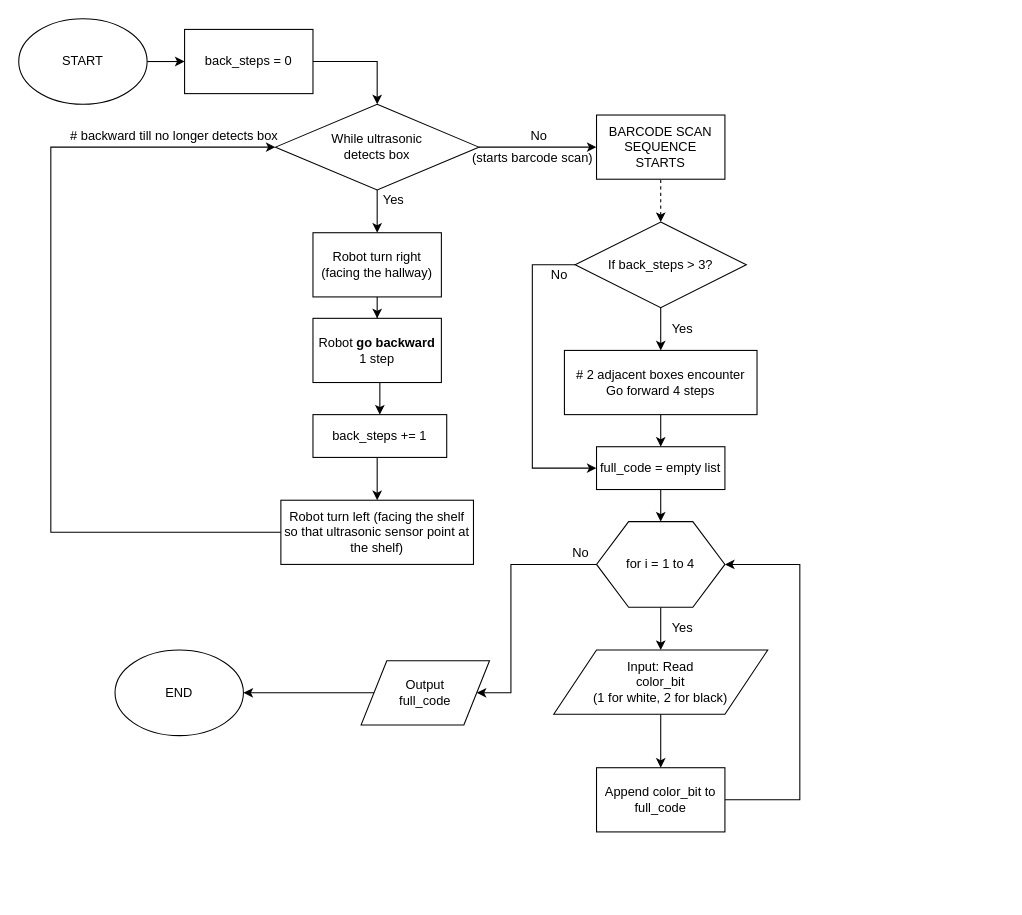
Earlier version of the draw.io diagram DrawIO files/back-track-scan-v2.drawio (bhuynhdev/ENED-1120-Robotics-Proj5). Source tidied: cells renumbered, new cells numbered last; positions are measured from the earlier drawing's top-left corner, leaving out a move shared by most shapes. Both pictures are drawn from the tidied source at 107%, with x=0, y=0 at pixel (18, 18).
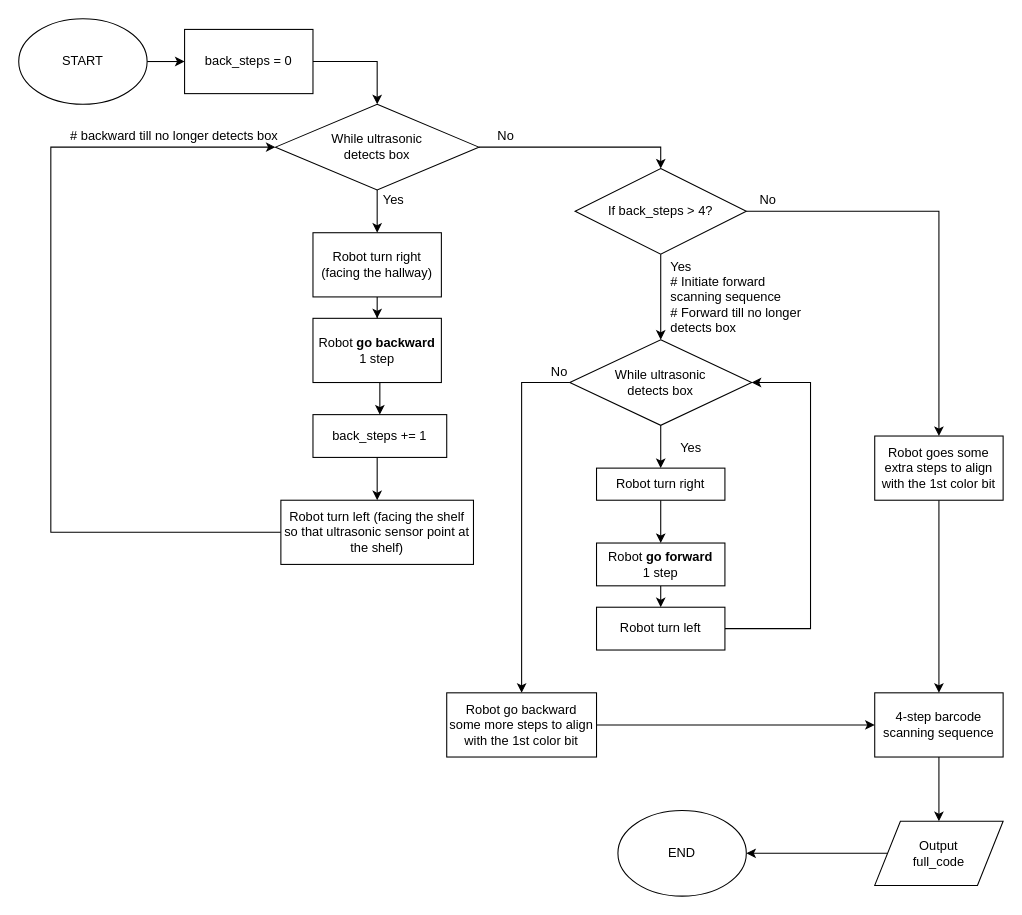
Above is the later version.

Commit message (it also covers changes not shown here):
Redraw backtrack scan v2 to better reflect code

The change refers to these unchanged cells:
```xml
<mxCell id="6" value="While ultrasonic&lt;br&gt;detects box" style="rhombus;whiteSpace=wrap;html=1;" parent="1" vertex="1">
  <mxGeometry x="240" y="80" width="190" height="80" as="geometry" />
</mxCell>
```

What changed in the source:
```diff
@@
-    <mxCell id="5" style="edgeStyle=orthogonalEdgeStyle;rounded=0;jettySize=auto;html=1;entryX=0;entryY=0.5;entryDx=0;entryDy=0;" parent="1" edge="1" source="6" target="15">
+    <mxCell id="5" style="edgeStyle=orthogonalEdgeStyle;rounded=0;jettySize=auto;html=1;entryX=0.5;entryY=0;entryDx=0;entryDy=0;" parent="1" edge="1" source="6" target="39">
       <mxGeometry relative="1" as="geometry" />
     </mxCell>
@@
-    <mxCell id="15" value="BARCODE SCAN&lt;br&gt;SEQUENCE&lt;br&gt;STARTS" style="rounded=0;whiteSpace=wrap;html=1;" parent="1" vertex="1">
-      <mxGeometry x="540" y="90" width="120" height="60" as="geometry" />
-    </mxCell>
     <mxCell id="16" value="No" style="text;html=1;align=center;verticalAlign=middle;" parent="1" vertex="1">
-      <mxGeometry x="471" y="100" width="30" height="20" as="geometry" />
+      <mxGeometry x="440" y="100" width="30" height="20" as="geometry" />
     </mxCell>
-    <mxCell id="17" value="(starts barcode scan)" style="text;html=1;align=center;verticalAlign=middle;" parent="1" vertex="1">
-      <mxGeometry x="415" y="120" width="130" height="20" as="geometry" />
-    </mxCell>
-    <mxCell id="18" style="endArrow=none;dashed=1;html=1;entryX=0.5;entryY=1;entryDx=0;entryDy=0;startArrow=classic;startFill=1;exitX=0.5;exitY=0;exitDx=0;exitDy=0;" parent="1" edge="1" source="39" target="15">
-      <mxGeometry relative="1" as="geometry" />
-    </mxCell>
-    <mxCell id="19" style="edgeStyle=orthogonalEdgeStyle;rounded=0;jettySize=auto;html=1;startArrow=none;startFill=0;entryX=0.5;entryY=0;entryDx=0;entryDy=0;" parent="1" edge="1" source="21" target="25">
-      <mxGeometry relative="1" as="geometry" />
-    </mxCell>
-    <mxCell id="20" style="edgeStyle=orthogonalEdgeStyle;rounded=0;jettySize=auto;html=1;exitX=0;exitY=0.5;exitDx=0;exitDy=0;startArrow=none;startFill=0;entryX=1;entryY=0.5;entryDx=0;entryDy=0;" parent="1" edge="1" source="21" target="30">
-      <mxGeometry relative="1" as="geometry">
-        <Array as="points">
-          <mxPoint x="460" y="510" />
-          <mxPoint x="460" y="630" />
-        </Array>
-      </mxGeometry>
-    </mxCell>
-    <mxCell id="21" value="for i = 1 to 4" style="shape=hexagon;perimeter=hexagonPerimeter2;whiteSpace=wrap;html=1;" parent="1" vertex="1">
-      <mxGeometry x="540" y="470" width="120" height="80" as="geometry" />
-    </mxCell>
-    <mxCell id="22" style="edgeStyle=orthogonalEdgeStyle;rounded=0;jettySize=auto;html=1;exitX=0.5;exitY=1;exitDx=0;exitDy=0;entryX=0.5;entryY=0;entryDx=0;entryDy=0;startArrow=none;startFill=0;" parent="1" edge="1" source="23" target="21">
-      <mxGeometry relative="1" as="geometry" />
-    </mxCell>
-    <mxCell id="23" value="full_code = empty list" style="rounded=0;whiteSpace=wrap;html=1;" parent="1" vertex="1">
-      <mxGeometry x="540" y="400" width="120" height="40" as="geometry" />
-    </mxCell>
-    <mxCell id="24" style="edgeStyle=orthogonalEdgeStyle;rounded=0;jettySize=auto;html=1;startArrow=none;startFill=0;entryX=0.5;entryY=0;entryDx=0;entryDy=0;" parent="1" edge="1" source="25" target="27">
-      <mxGeometry relative="1" as="geometry" />
-    </mxCell>
-    <mxCell id="25" value="Input: Read&lt;br&gt;color_bit&lt;br&gt;(1 for white, 2 for black)" style="shape=parallelogram;perimeter=parallelogramPerimeter;whiteSpace=wrap;html=1;" parent="1" vertex="1">
-      <mxGeometry x="500" y="590" width="200" height="60" as="geometry" />
-    </mxCell>
-    <mxCell id="26" style="edgeStyle=orthogonalEdgeStyle;rounded=0;jettySize=auto;html=1;exitX=1;exitY=0.5;exitDx=0;exitDy=0;startArrow=none;startFill=0;entryX=1;entryY=0.5;entryDx=0;entryDy=0;" parent="1" edge="1" source="27" target="21">
-      <mxGeometry relative="1" as="geometry">
-        <Array as="points">
-          <mxPoint x="730" y="730" />
-          <mxPoint x="730" y="510" />
-        </Array>
-      </mxGeometry>
-    </mxCell>
-    <mxCell id="27" value="Append color_bit to&lt;br&gt;full_code" style="rounded=0;whiteSpace=wrap;html=1;" parent="1" vertex="1">
-      <mxGeometry x="540" y="700" width="120" height="60" as="geometry" />
-    </mxCell>
-    <mxCell id="28" value="Yes" style="text;html=1;align=center;verticalAlign=middle;" parent="1" vertex="1">
-      <mxGeometry x="600" y="560" width="40" height="20" as="geometry" />
-    </mxCell>
@@
     <mxCell id="30" value="Output&lt;br&gt;full_code" style="shape=parallelogram;perimeter=parallelogramPerimeter;whiteSpace=wrap;html=1;" parent="1" vertex="1">
-      <mxGeometry x="320" y="600" width="120" height="60" as="geometry" />
+      <mxGeometry x="800" y="750" width="120" height="60" as="geometry" />
     </mxCell>
-    <mxCell id="31" value="No" style="text;html=1;align=center;verticalAlign=middle;" parent="1" vertex="1">
-      <mxGeometry x="510" y="490" width="30" height="20" as="geometry" />
-    </mxCell>
     <mxCell id="32" value="END" style="ellipse;whiteSpace=wrap;html=1;" parent="1" vertex="1">
-      <mxGeometry x="90" y="590" width="120" height="80" as="geometry" />
+      <mxGeometry x="560" y="740" width="120" height="80" as="geometry" />
     </mxCell>
@@
-    <mxCell id="37" style="edgeStyle=orthogonalEdgeStyle;rounded=0;jettySize=auto;html=1;exitX=0.5;exitY=1;exitDx=0;exitDy=0;entryX=0.5;entryY=0;entryDx=0;entryDy=0;" parent="1" edge="1" source="39" target="41">
+    <mxCell id="37" style="edgeStyle=orthogonalEdgeStyle;rounded=0;jettySize=auto;html=1;exitX=0.5;exitY=1;exitDx=0;exitDy=0;entryX=0.5;entryY=0;entryDx=0;entryDy=0;" parent="1" edge="1" source="39" target="49">
       <mxGeometry relative="1" as="geometry" />
     </mxCell>
-    <mxCell id="38" style="edgeStyle=orthogonalEdgeStyle;rounded=0;jettySize=auto;html=1;exitX=0;exitY=0.5;exitDx=0;exitDy=0;entryX=0;entryY=0.5;entryDx=0;entryDy=0;" parent="1" edge="1" source="39" target="23">
-      <mxGeometry relative="1" as="geometry">
-        <Array as="points">
-          <mxPoint x="480" y="230" />
-          <mxPoint x="480" y="420" />
-        </Array>
-      </mxGeometry>
-    </mxCell>
+    <mxCell id="44" style="edgeStyle=orthogonalEdgeStyle;rounded=0;jettySize=auto;html=1;exitX=1;exitY=0.5;exitDx=0;exitDy=0;entryX=0.5;entryY=0;entryDx=0;entryDy=0;" parent="1" edge="1" source="39" target="61">
+      <mxGeometry relative="1" as="geometry" />
+    </mxCell>
-    <mxCell id="39" value="If back_steps &amp;gt; 3?" style="rhombus;whiteSpace=wrap;html=1;" parent="1" vertex="1">
-      <mxGeometry x="520" y="190" width="160" height="80" as="geometry" />
+    <mxCell id="39" value="If back_steps &amp;gt; 4?" style="rhombus;whiteSpace=wrap;html=1;" parent="1" vertex="1">
+      <mxGeometry x="520" y="140" width="160" height="80" as="geometry" />
     </mxCell>
-    <mxCell id="40" style="edgeStyle=orthogonalEdgeStyle;rounded=0;jettySize=auto;html=1;exitX=0.5;exitY=1;exitDx=0;exitDy=0;entryX=0.5;entryY=0;entryDx=0;entryDy=0;" parent="1" edge="1" source="41" target="23">
-      <mxGeometry relative="1" as="geometry" />
-    </mxCell>
-    <mxCell id="41" value="# 2 adjacent boxes encounter&lt;br&gt;Go forward 4 steps" style="rounded=0;whiteSpace=wrap;html=1;" parent="1" vertex="1">
-      <mxGeometry x="510" y="310" width="180" height="60" as="geometry" />
-    </mxCell>
-    <mxCell id="42" value="Yes" style="text;html=1;align=center;verticalAlign=middle;" parent="1" vertex="1">
-      <mxGeometry x="600" y="280" width="40" height="20" as="geometry" />
-    </mxCell>
     <mxCell id="43" value="No" style="text;html=1;align=center;verticalAlign=middle;" parent="1" vertex="1">
-      <mxGeometry x="490" y="230" width="30" height="20" as="geometry" />
+      <mxGeometry x="685" y="160" width="30" height="20" as="geometry" />
     </mxCell>
+    <mxCell id="45" style="edgeStyle=orthogonalEdgeStyle;rounded=0;jettySize=auto;html=1;exitX=0.5;exitY=1;exitDx=0;exitDy=0;entryX=0.5;entryY=0;entryDx=0;entryDy=0;" parent="1" edge="1" source="46" target="30">
+      <mxGeometry relative="1" as="geometry" />
+    </mxCell>
+    <mxCell id="46" value="4-step barcode scanning sequence" style="rounded=0;whiteSpace=wrap;html=1;" parent="1" vertex="1">
+      <mxGeometry x="800" y="630" width="120" height="60" as="geometry" />
+    </mxCell>
+    <mxCell id="47" style="edgeStyle=orthogonalEdgeStyle;rounded=0;jettySize=auto;html=1;exitX=0.5;exitY=1;exitDx=0;exitDy=0;entryX=0.5;entryY=0;entryDx=0;entryDy=0;" parent="1" edge="1" source="49" target="52">
+      <mxGeometry relative="1" as="geometry" />
+    </mxCell>
+    <mxCell id="48" style="edgeStyle=orthogonalEdgeStyle;rounded=0;jettySize=auto;html=1;exitX=0;exitY=0.5;exitDx=0;exitDy=0;entryX=0.5;entryY=0;entryDx=0;entryDy=0;" parent="1" edge="1" source="49" target="59">
+      <mxGeometry relative="1" as="geometry" />
+    </mxCell>
+    <mxCell id="49" value="While ultrasonic&lt;br&gt;detects box" style="rhombus;whiteSpace=wrap;html=1;" parent="1" vertex="1">
+      <mxGeometry x="515" y="300" width="170" height="80" as="geometry" />
+    </mxCell>
+    <mxCell id="50" value="&lt;div style=&quot;text-align: left&quot;&gt;&lt;span&gt;Yes&lt;/span&gt;&lt;/div&gt;&lt;div style=&quot;text-align: left&quot;&gt;&lt;span&gt;# Initiate forward&lt;/span&gt;&lt;/div&gt;&lt;div style=&quot;text-align: left&quot;&gt;&lt;span&gt;scanning sequence&lt;/span&gt;&lt;/div&gt;&lt;div style=&quot;text-align: left&quot;&gt;&lt;span&gt;# Forward till no longer&lt;/span&gt;&lt;/div&gt;&lt;div style=&quot;text-align: left&quot;&gt;&lt;span&gt;detects box&lt;/span&gt;&lt;/div&gt;" style="text;html=1;align=center;verticalAlign=middle;" parent="1" vertex="1">
+      <mxGeometry x="600" y="220" width="140" height="80" as="geometry" />
+    </mxCell>
+    <mxCell id="51" style="edgeStyle=orthogonalEdgeStyle;rounded=0;jettySize=auto;html=1;exitX=0.5;exitY=1;exitDx=0;exitDy=0;entryX=0.5;entryY=0;entryDx=0;entryDy=0;" parent="1" edge="1" source="52" target="54">
+      <mxGeometry relative="1" as="geometry" />
+    </mxCell>
+    <mxCell id="52" value="Robot turn right" style="rounded=0;whiteSpace=wrap;html=1;" parent="1" vertex="1">
+      <mxGeometry x="540" y="420" width="120" height="30" as="geometry" />
+    </mxCell>
+    <mxCell id="53" style="edgeStyle=orthogonalEdgeStyle;rounded=0;jettySize=auto;html=1;exitX=0.5;exitY=1;exitDx=0;exitDy=0;entryX=0.5;entryY=0;entryDx=0;entryDy=0;" parent="1" edge="1" source="54" target="56">
+      <mxGeometry relative="1" as="geometry" />
+    </mxCell>
+    <mxCell id="54" value="Robot &lt;b&gt;go forward&lt;/b&gt;&lt;br&gt;1 step" style="rounded=0;whiteSpace=wrap;html=1;" parent="1" vertex="1">
+      <mxGeometry x="540" y="490" width="120" height="40" as="geometry" />
+    </mxCell>
+    <mxCell id="55" style="edgeStyle=orthogonalEdgeStyle;rounded=0;jettySize=auto;html=1;exitX=1;exitY=0.5;exitDx=0;exitDy=0;entryX=1;entryY=0.5;entryDx=0;entryDy=0;" parent="1" edge="1" source="56" target="49">
+      <mxGeometry relative="1" as="geometry">
+        <Array as="points">
+          <mxPoint x="740" y="570" />
+          <mxPoint x="740" y="340" />
+        </Array>
+      </mxGeometry>
+    </mxCell>
+    <mxCell id="56" value="Robot turn left" style="rounded=0;whiteSpace=wrap;html=1;" parent="1" vertex="1">
+      <mxGeometry x="540" y="550" width="120" height="40" as="geometry" />
+    </mxCell>
+    <mxCell id="57" value="Yes" style="text;html=1;align=center;verticalAlign=middle;" parent="1" vertex="1">
+      <mxGeometry x="608" y="391" width="40" height="20" as="geometry" />
+    </mxCell>
+    <mxCell id="58" style="edgeStyle=orthogonalEdgeStyle;rounded=0;jettySize=auto;html=1;exitX=1;exitY=0.5;exitDx=0;exitDy=0;entryX=0;entryY=0.5;entryDx=0;entryDy=0;" parent="1" edge="1" source="59" target="46">
+      <mxGeometry relative="1" as="geometry" />
+    </mxCell>
+    <mxCell id="59" value="Robot go backward&lt;br&gt;some more steps to align with the 1st color bit" style="rounded=0;whiteSpace=wrap;html=1;" parent="1" vertex="1">
+      <mxGeometry x="400" y="630" width="140" height="60" as="geometry" />
+    </mxCell>
+    <mxCell id="31" value="No" style="text;html=1;align=center;verticalAlign=middle;" parent="1" vertex="1">
+      <mxGeometry x="490" y="320" width="30" height="20" as="geometry" />
+    </mxCell>
+    <mxCell id="60" style="edgeStyle=orthogonalEdgeStyle;rounded=0;jettySize=auto;html=1;exitX=0.5;exitY=1;exitDx=0;exitDy=0;" parent="1" edge="1" source="61" target="46">
+      <mxGeometry relative="1" as="geometry" />
+    </mxCell>
+    <mxCell id="61" value="Robot goes some extra steps to align with the 1st color bit" style="rounded=0;whiteSpace=wrap;html=1;" parent="1" vertex="1">
+      <mxGeometry x="800" y="390" width="120" height="60" as="geometry" />
+    </mxCell>
```
